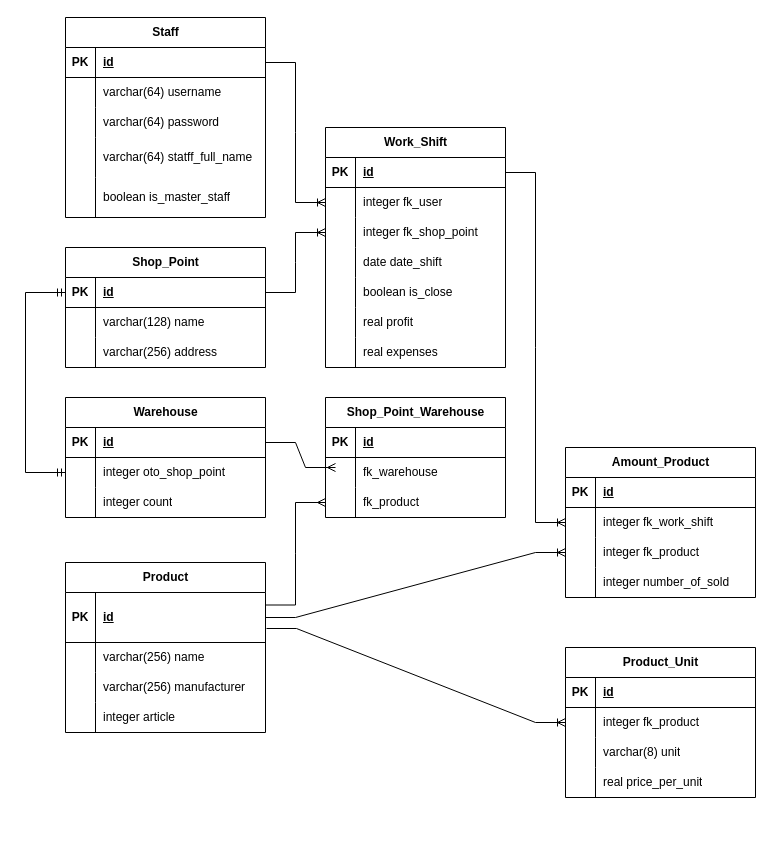
The draw.io diagram docs/OTUS_DB_HW_1.drawio in OhlupinMaxim/otus-postgres-dba, before the edit. Source tidied: cells renumbered, new cells numbered last; positions are measured from the earlier drawing's top-left corner, leaving out a move shared by most shapes. Both pictures are drawn from the tidied source at 100%, with x=0, y=0 at pixel (25, 17).
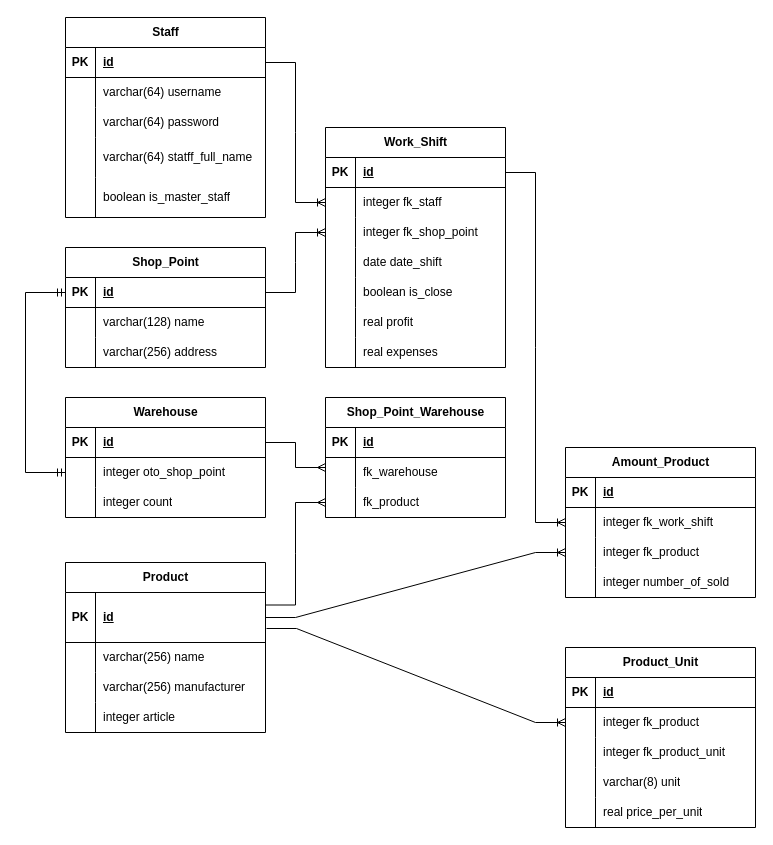
The same page after the edit.

Unchanged cells that the change refers to:
```xml
<mxCell id="58" style="shape=tableRow;horizontal=0;startSize=0;swimlaneHead=0;swimlaneBody=0;fillColor=none;points=[[0,0.5],[1,0.5]];portConstraint=eastwest;top=0;left=0;right=0;bottom=0;" parent="54" vertex="1">
  <mxGeometry y="60" width="180" height="30" as="geometry" />
</mxCell>
<mxCell id="80" style="shape=tableRow;horizontal=0;startSize=0;swimlaneHead=0;swimlaneBody=0;fillColor=none;points=[[0,0.5],[1,0.5]];portConstraint=eastwest;top=0;left=0;right=0;bottom=1;" parent="79" vertex="1">
  <mxGeometry y="30" width="200" height="30" as="geometry" />
</mxCell>
```

Diff of the diagram source:
```diff
@@
-    <mxCell id="60" value="integer fk_user" style="shape=partialRectangle;fillColor=none;top=0;left=0;bottom=0;right=0;align=left;spacingLeft=6;overflow=hidden;whiteSpace=wrap;html=1;" parent="58" vertex="1">
+    <mxCell id="60" value="integer fk_staff" style="shape=partialRectangle;fillColor=none;top=0;left=0;bottom=0;right=0;align=left;spacingLeft=6;overflow=hidden;whiteSpace=wrap;html=1;" parent="58" vertex="1">
       <mxGeometry x="30" width="150" height="30" as="geometry" />
     </mxCell>
@@
     <mxCell id="91" value="Product_Unit" style="shape=table;startSize=30;childLayout=tableLayout;rowLines=0;fontStyle=1;align=center;html=1;" parent="1" vertex="1">
-      <mxGeometry x="540" y="630" width="190" height="150" as="geometry" />
+      <mxGeometry x="540" y="630" width="190" height="180" as="geometry" />
     </mxCell>
@@
+    <mxCell id="117" style="shape=tableRow;horizontal=0;startSize=0;swimlaneHead=0;swimlaneBody=0;fillColor=none;top=0;left=0;right=0;bottom=0;" parent="91" vertex="1">
+      <mxGeometry y="90" width="190" height="30" as="geometry" />
+    </mxCell>
+    <mxCell id="118" style="shape=partialRectangle;fillColor=none;top=0;left=0;bottom=0;right=0;overflow=hidden;whiteSpace=wrap;html=1;" parent="117" vertex="1">
+      <mxGeometry width="30" height="30" as="geometry" />
+    </mxCell>
+    <mxCell id="119" value="integer fk_product_unit" style="shape=partialRectangle;fillColor=none;top=0;left=0;bottom=0;right=0;align=left;spacingLeft=6;overflow=hidden;whiteSpace=wrap;html=1;" parent="117" vertex="1">
+      <mxGeometry x="30" width="160" height="30" as="geometry" />
+    </mxCell>
     <mxCell id="98" style="shape=tableRow;horizontal=0;startSize=0;swimlaneHead=0;swimlaneBody=0;fillColor=none;top=0;left=0;right=0;bottom=0;" parent="91" vertex="1">
-      <mxGeometry y="90" width="190" height="30" as="geometry" />
+      <mxGeometry y="120" width="190" height="30" as="geometry" />
     </mxCell>
@@
     <mxCell id="101" style="shape=tableRow;horizontal=0;startSize=0;swimlaneHead=0;swimlaneBody=0;fillColor=none;top=0;left=0;right=0;bottom=0;" parent="91" vertex="1">
-      <mxGeometry y="120" width="190" height="30" as="geometry" />
+      <mxGeometry y="150" width="190" height="30" as="geometry" />
     </mxCell>
@@
     <mxCell id="116" style="edgeStyle=entityRelationEdgeStyle;fontSize=12;html=1;endArrow=ERmany;rounded=0;exitX=1;exitY=0.5;exitDx=0;exitDy=0;" parent="1" edge="1" source="80">
       <mxGeometry relative="1" as="geometry">
-        <mxPoint x="310" y="450" as="targetPoint" />
+        <mxPoint x="300" y="450" as="targetPoint" />
       </mxGeometry>
     </mxCell>
```
